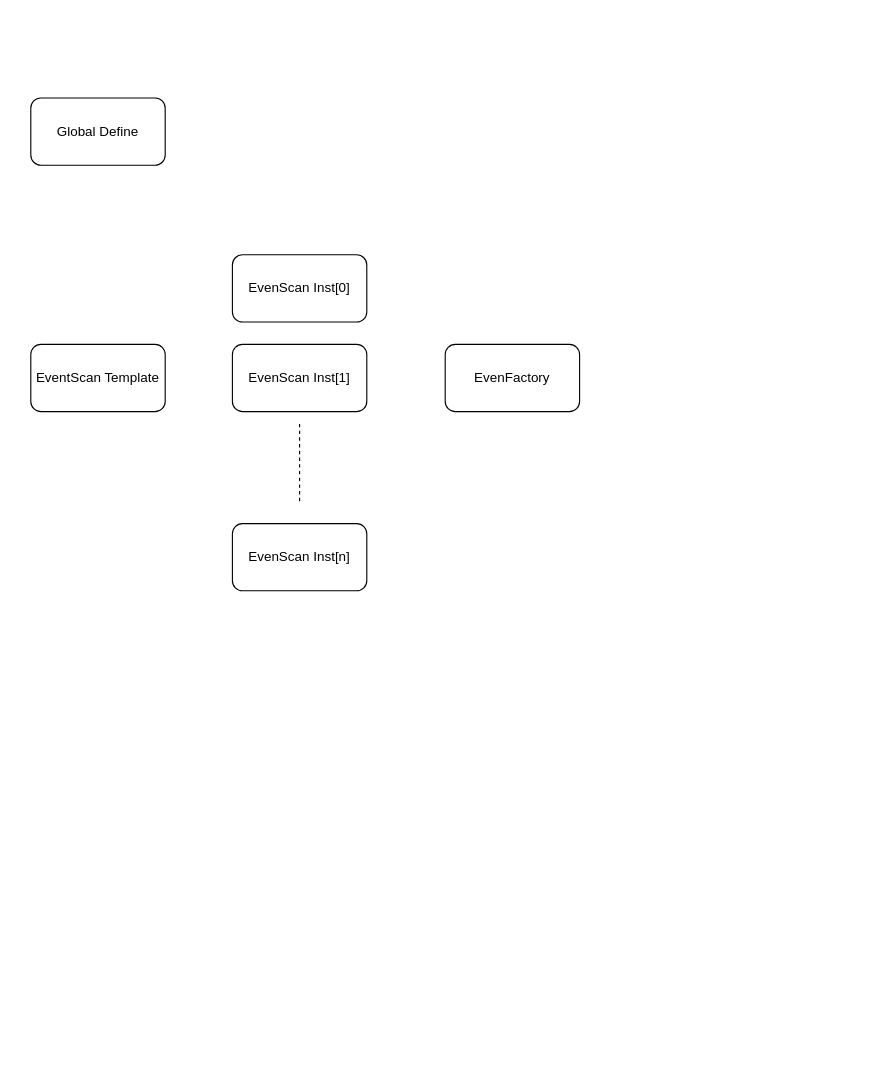
The draw.io diagram PNIXEventProcess.drawio in huunhan312/CodeDiagram, before the edit. Source tidied: cells renumbered, new cells numbered last; positions are measured from the earlier drawing's top-left corner, leaving out a move shared by most shapes. Both pictures are drawn from the tidied source at 112%, with x=0, y=0 at pixel (30, 97).
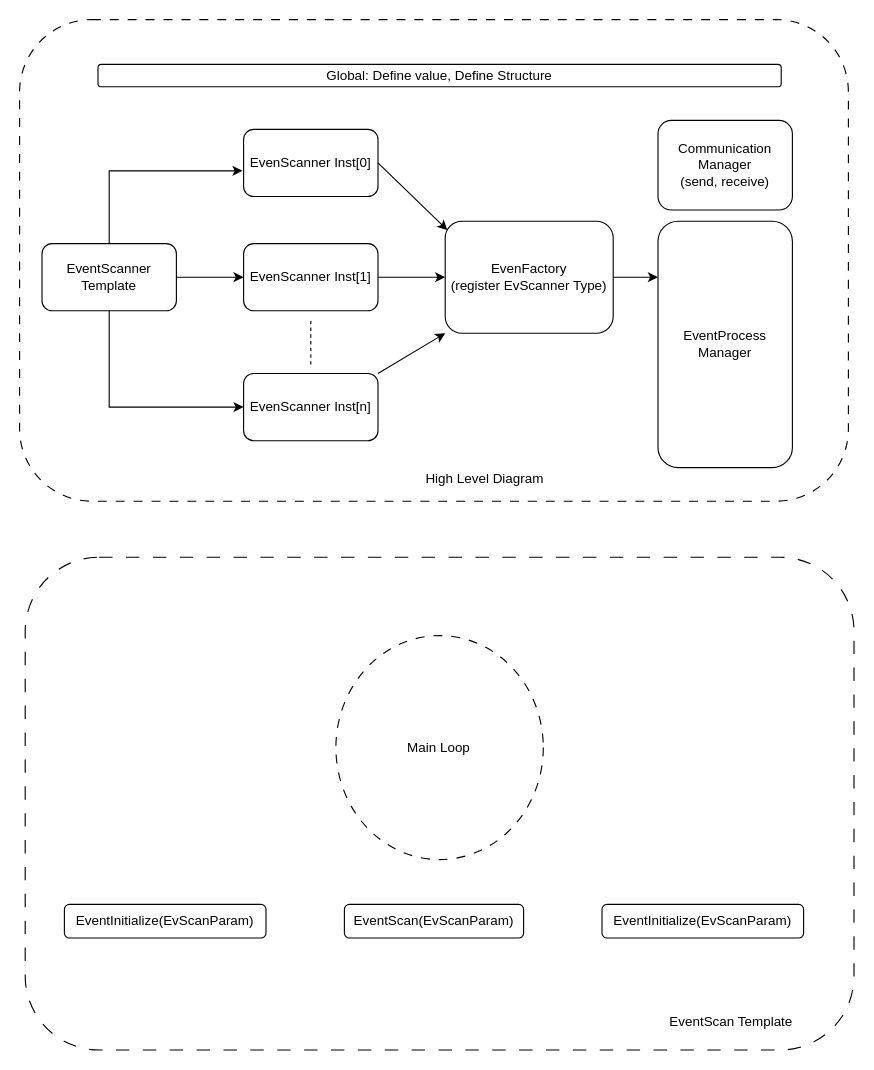
After the change.

What changed in the source:
```diff
@@
+    <mxCell id="9" style="rounded=1;whiteSpace=wrap;html=1;dashed=1;fillColor=none;dashPattern=8 8;" parent="1" vertex="1">
+      <mxGeometry x="-10" y="-70" width="740" height="430" as="geometry" />
+    </mxCell>
-    <mxCell id="2" value="Global Define" style="rounded=1;whiteSpace=wrap;html=1;" parent="1" vertex="1">
-      <mxGeometry width="120" height="60" as="geometry" />
+    <mxCell id="2" value="Global: Define value, Define Structure" style="rounded=1;whiteSpace=wrap;html=1;" parent="1" vertex="1">
+      <mxGeometry x="60" y="-30" width="610" height="20" as="geometry" />
     </mxCell>
+    <mxCell id="10" style="edgeStyle=orthogonalEdgeStyle;rounded=0;jettySize=auto;html=1;exitX=1;exitY=0.5;exitDx=0;exitDy=0;entryX=0;entryY=0.5;entryDx=0;entryDy=0;" parent="1" edge="1" source="3" target="5">
+      <mxGeometry relative="1" as="geometry" />
+    </mxCell>
+    <mxCell id="11" style="edgeStyle=orthogonalEdgeStyle;rounded=0;jettySize=auto;html=1;exitX=0.5;exitY=1;exitDx=0;exitDy=0;entryX=0;entryY=0.5;entryDx=0;entryDy=0;" parent="1" edge="1" source="3" target="6">
+      <mxGeometry relative="1" as="geometry" />
+    </mxCell>
-    <mxCell id="3" value="EventScan Template" style="rounded=1;whiteSpace=wrap;html=1;" parent="1" vertex="1">
-      <mxGeometry y="220" width="120" height="60" as="geometry" />
+    <mxCell id="3" value="EventScanner Template" style="rounded=1;whiteSpace=wrap;html=1;" parent="1" vertex="1">
+      <mxGeometry x="10" y="130" width="120" height="60" as="geometry" />
     </mxCell>
-    <mxCell id="4" value="EvenScan Inst[0]" style="rounded=1;whiteSpace=wrap;html=1;" parent="1" vertex="1">
-      <mxGeometry x="180" y="140" width="120" height="60" as="geometry" />
+    <mxCell id="4" value="EvenScanner Inst[0]" style="rounded=1;whiteSpace=wrap;html=1;" parent="1" vertex="1">
+      <mxGeometry x="190" y="28" width="120" height="60" as="geometry" />
     </mxCell>
-    <mxCell id="5" value="EvenScan Inst[1]" style="rounded=1;whiteSpace=wrap;html=1;" parent="1" vertex="1">
-      <mxGeometry x="180" y="220" width="120" height="60" as="geometry" />
+    <mxCell id="5" value="EvenScanner Inst[1]" style="rounded=1;whiteSpace=wrap;html=1;" parent="1" vertex="1">
+      <mxGeometry x="190" y="130" width="120" height="60" as="geometry" />
     </mxCell>
-    <mxCell id="6" value="EvenScan Inst[n]" style="rounded=1;whiteSpace=wrap;html=1;" parent="1" vertex="1">
-      <mxGeometry x="180" y="380" width="120" height="60" as="geometry" />
+    <mxCell id="6" value="EvenScanner Inst[n]" style="rounded=1;whiteSpace=wrap;html=1;" parent="1" vertex="1">
+      <mxGeometry x="190" y="246" width="120" height="60" as="geometry" />
     </mxCell>
-    <mxCell id="7" value="EvenFactory" style="rounded=1;whiteSpace=wrap;html=1;" parent="1" vertex="1">
-      <mxGeometry x="370" y="220" width="120" height="60" as="geometry" />
+    <mxCell id="7" value="EvenFactory&lt;div&gt;(register EvScanner Type)&lt;/div&gt;" style="rounded=1;whiteSpace=wrap;html=1;" parent="1" vertex="1">
+      <mxGeometry x="370" y="110" width="150" height="100" as="geometry" />
     </mxCell>
     <mxCell id="8" style="endArrow=none;dashed=1;html=1;rounded=0;" parent="1" edge="1">
       <mxGeometry relative="1" as="geometry">
-        <mxPoint x="240" y="360" as="sourcePoint" />
-        <mxPoint x="240" y="290" as="targetPoint" />
+        <mxPoint x="250" y="238" as="sourcePoint" />
+        <mxPoint x="250" y="198" as="targetPoint" />
       </mxGeometry>
     </mxCell>
+    <mxCell id="12" style="edgeStyle=orthogonalEdgeStyle;rounded=0;jettySize=auto;html=1;exitX=0.5;exitY=0;exitDx=0;exitDy=0;entryX=-0.008;entryY=0.617;entryDx=0;entryDy=0;entryPerimeter=0;" parent="1" edge="1" source="3" target="4">
+      <mxGeometry relative="1" as="geometry" />
+    </mxCell>
+    <mxCell id="13" style="endArrow=classic;html=1;rounded=0;exitX=1;exitY=0.5;exitDx=0;exitDy=0;entryX=0;entryY=0.5;entryDx=0;entryDy=0;" parent="1" edge="1" source="5" target="7">
+      <mxGeometry relative="1" as="geometry" />
+    </mxCell>
+    <mxCell id="14" style="endArrow=classic;html=1;rounded=0;exitX=1;exitY=0.5;exitDx=0;exitDy=0;entryX=0.013;entryY=0.08;entryDx=0;entryDy=0;entryPerimeter=0;" parent="1" edge="1" source="4" target="7">
+      <mxGeometry relative="1" as="geometry" />
+    </mxCell>
+    <mxCell id="15" style="endArrow=classic;html=1;rounded=0;exitX=1;exitY=0;exitDx=0;exitDy=0;entryX=0;entryY=1;entryDx=0;entryDy=0;" parent="1" edge="1" source="6" target="7">
+      <mxGeometry relative="1" as="geometry" />
+    </mxCell>
+    <mxCell id="16" value="EventProcess&lt;div&gt;Manager&lt;/div&gt;" style="rounded=1;whiteSpace=wrap;html=1;" parent="1" vertex="1">
+      <mxGeometry x="560" y="110" width="120" height="220" as="geometry" />
+    </mxCell>
+    <mxCell id="17" style="endArrow=classic;html=1;rounded=0;exitX=1;exitY=0.5;exitDx=0;exitDy=0;" parent="1" edge="1" source="7">
+      <mxGeometry relative="1" as="geometry">
+        <mxPoint x="560" y="160" as="targetPoint" />
+      </mxGeometry>
+    </mxCell>
+    <mxCell id="18" value="Communication&lt;div&gt;Manager&lt;/div&gt;&lt;div&gt;(send, receive)&lt;/div&gt;" style="rounded=1;whiteSpace=wrap;html=1;" parent="1" vertex="1">
+      <mxGeometry x="560" y="20" width="120" height="80" as="geometry" />
+    </mxCell>
+    <mxCell id="19" style="rounded=1;whiteSpace=wrap;html=1;fillColor=none;dashed=1;dashPattern=12 12;" parent="1" vertex="1">
+      <mxGeometry x="-5" y="410" width="740" height="440" as="geometry" />
+    </mxCell>
+    <mxCell id="20" value="EventScan Template" style="text;html=1;align=center;verticalAlign=middle;strokeColor=none;fillColor=none;" parent="1" vertex="1">
+      <mxGeometry x="560" y="810" width="130" height="30" as="geometry" />
+    </mxCell>
+    <mxCell id="21" value="Main Loop" style="ellipse;whiteSpace=wrap;html=1;dashed=1;dashPattern=8 8;fillColor=none;" parent="1" vertex="1">
+      <mxGeometry x="272.4" y="480" width="185.2" height="200" as="geometry" />
+    </mxCell>
+    <mxCell id="22" value="High Level Diagram" style="text;html=1;align=center;verticalAlign=middle;strokeColor=none;fillColor=none;" parent="1" vertex="1">
+      <mxGeometry x="340" y="325" width="130" height="30" as="geometry" />
+    </mxCell>
+    <mxCell id="23" value="EventScan(EvScanParam)" style="rounded=1;whiteSpace=wrap;html=1;" parent="1" vertex="1">
+      <mxGeometry x="280" y="720" width="160" height="30" as="geometry" />
+    </mxCell>
+    <mxCell id="24" value="EventInitialize(EvScanParam)" style="rounded=1;whiteSpace=wrap;html=1;" parent="1" vertex="1">
+      <mxGeometry x="30" y="720" width="180" height="30" as="geometry" />
+    </mxCell>
+    <mxCell id="25" value="EventInitialize(EvScanParam)" style="rounded=1;whiteSpace=wrap;html=1;" parent="1" vertex="1">
+      <mxGeometry x="510" y="720" width="180" height="30" as="geometry" />
+    </mxCell>
```
